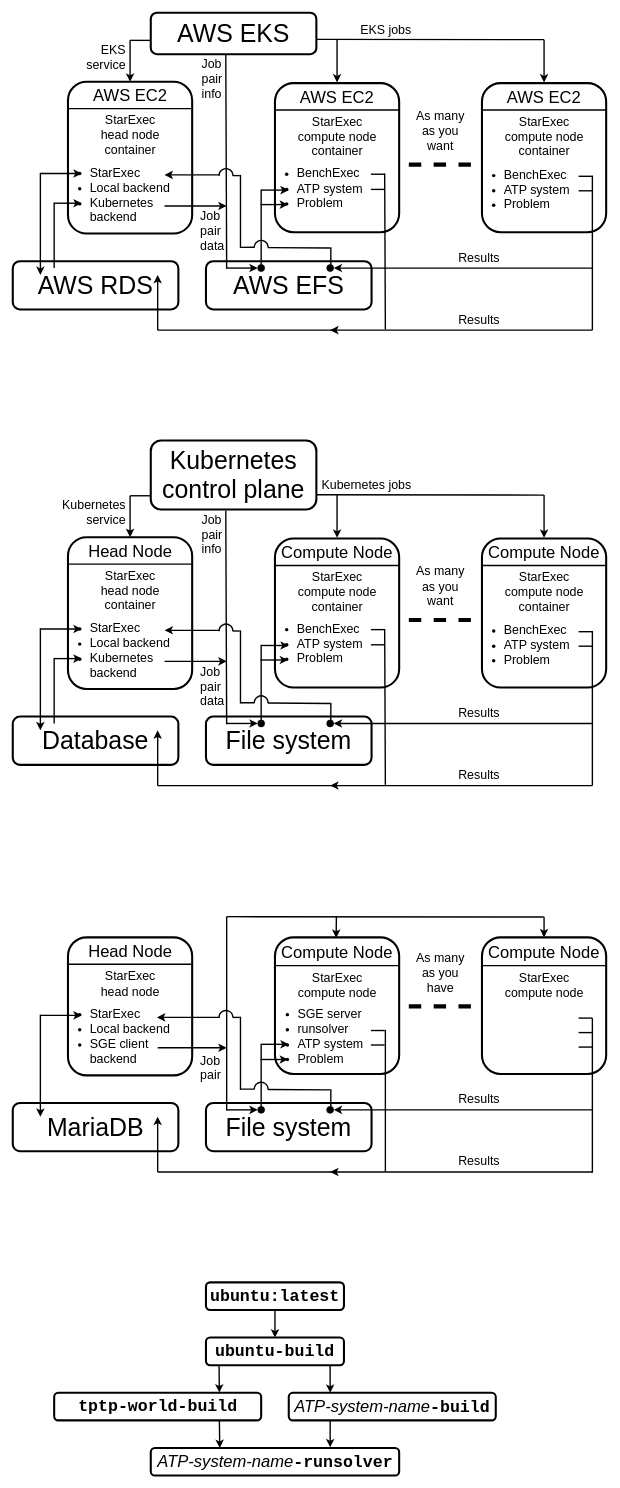
The draw.io diagram Architecture.drawio in GeoffsPapers/StarExecAWS, before the edit. Source tidied: cells renumbered, new cells numbered last; positions are measured from the earlier drawing's top-left corner, leaving out a move shared by most shapes. Both pictures are drawn from the tidied source at 69%, with x=0, y=0 at pixel (12, 12).
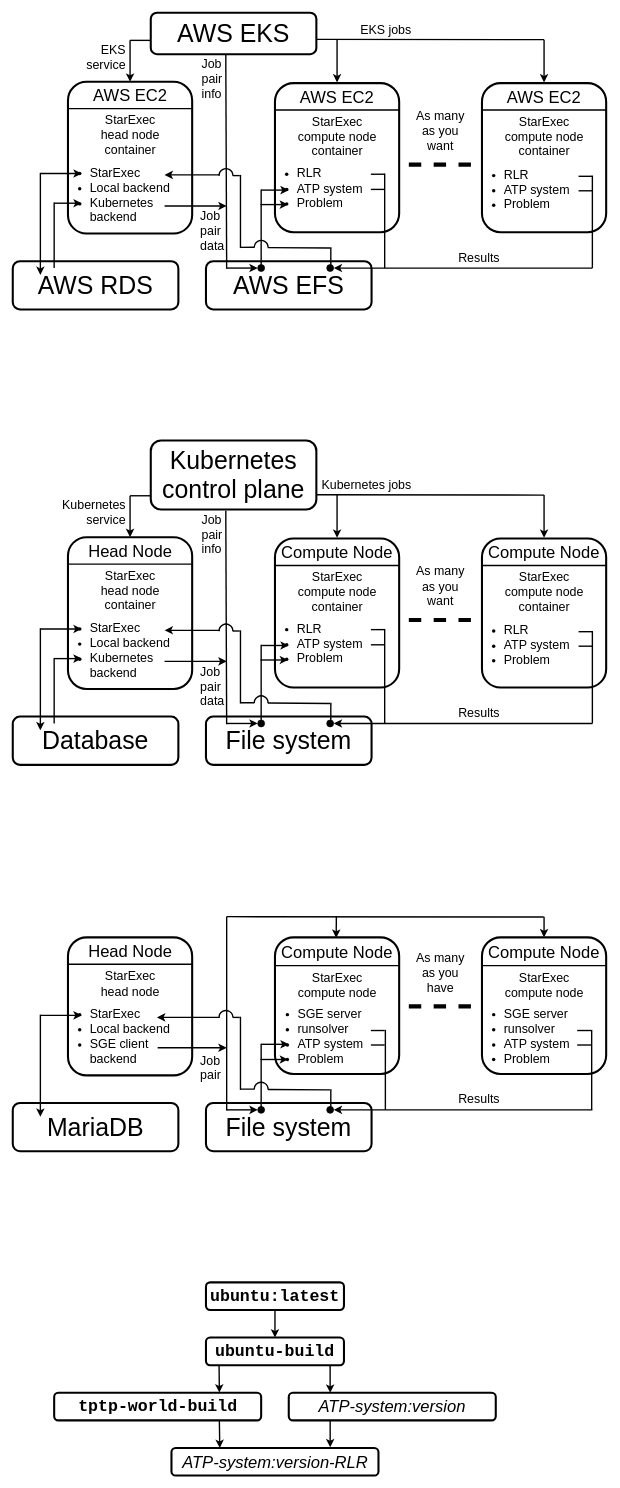
After the change.

Unchanged cells that the change refers to:
```xml
<mxCell id="18" style="group;fillColor=none;" parent="1" vertex="1">
  <mxGeometry x="370" y="762" width="190" height="216" as="geometry" />
</mxCell>
<mxCell id="159" style="group;fillColor=none;" parent="1" vertex="1">
  <mxGeometry x="370" y="102" width="190" height="216" as="geometry" />
</mxCell>
```

Change to the diagram source:
```diff
@@
+    <mxCell id="3" value="&lt;p style=&quot;margin: 0px; font-variant-numeric: normal; font-variant-east-asian: normal; font-variant-alternates: normal; font-kerning: auto; font-optical-sizing: auto; font-feature-settings: normal; font-variation-settings: normal; font-variant-position: normal; font-stretch: normal; line-height: normal; text-align: start;&quot; class=&quot;p1&quot;&gt;&lt;font style=&quot;font-size: 24px;&quot;&gt;&lt;i&gt;ATP-system:version-RLR&lt;/i&gt;&lt;/font&gt;&lt;/p&gt;" style="text;strokeColor=none;align=center;fillColor=none;html=1;verticalAlign=middle;whiteSpace=wrap;rounded=0;" parent="1" vertex="1">
+      <mxGeometry x="207.5" y="2080" width="345" height="40" as="geometry" />
+    </mxCell>
+    <mxCell id="134" style="rounded=1;whiteSpace=wrap;html=1;strokeWidth=3;fillColor=none;" parent="1" vertex="1">
+      <mxGeometry x="680" y="1340" width="180" height="198" as="geometry" />
+    </mxCell>
+    <mxCell id="220" value="&lt;ul style=&quot;font-size: 18px;&quot;&gt;&lt;li&gt;&lt;font style=&quot;font-size: 18px;&quot;&gt;SGE server&lt;/font&gt;&lt;/li&gt;&lt;li&gt;runsolver&lt;/li&gt;&lt;li&gt;&lt;span style=&quot;background-color: initial;&quot;&gt;ATP system&lt;/span&gt;&lt;br&gt;&lt;/li&gt;&lt;li&gt;&lt;font style=&quot;font-size: 18px;&quot;&gt;Problem&lt;/font&gt;&lt;/li&gt;&lt;/ul&gt;" style="text;strokeColor=none;align=left;fillColor=none;html=1;verticalAlign=middle;whiteSpace=wrap;rounded=0;" parent="1" vertex="1">
+      <mxGeometry x="670" y="1439" width="165" height="90" as="geometry" />
+    </mxCell>
     <mxCell id="2" style="rounded=1;whiteSpace=wrap;html=1;strokeWidth=3;fillColor=none;" parent="1" vertex="1">
-      <mxGeometry x="200" y="2080" width="360" height="40" as="geometry" />
+      <mxGeometry x="230" y="2080" width="300" height="40" as="geometry" />
     </mxCell>
-    <mxCell id="3" value="&lt;p style=&quot;margin: 0px; font-variant-numeric: normal; font-variant-east-asian: normal; font-variant-alternates: normal; font-kerning: auto; font-optical-sizing: auto; font-feature-settings: normal; font-variation-settings: normal; font-variant-position: normal; font-stretch: normal; line-height: normal; text-align: start;&quot; class=&quot;p1&quot;&gt;&lt;font style=&quot;font-size: 24px;&quot;&gt;&lt;i&gt;ATP-system-name&lt;/i&gt;&lt;font face=&quot;Courier New&quot;&gt;&lt;b&gt;-runsolver&lt;/b&gt;&lt;/font&gt;&lt;/font&gt;&lt;/p&gt;" style="text;strokeColor=none;align=center;fillColor=none;html=1;verticalAlign=middle;whiteSpace=wrap;rounded=0;" parent="1" vertex="1">
-      <mxGeometry x="207.5" y="2080" width="345" height="40" as="geometry" />
-    </mxCell>
@@
-    <mxCell id="5" value="&lt;p style=&quot;margin: 0px; font-variant-numeric: normal; font-variant-east-asian: normal; font-variant-alternates: normal; font-kerning: auto; font-optical-sizing: auto; font-feature-settings: normal; font-variation-settings: normal; font-variant-position: normal; font-stretch: normal; line-height: normal; text-align: start;&quot; class=&quot;p1&quot;&gt;&lt;font style=&quot;font-size: 24px;&quot;&gt;&lt;i&gt;ATP-system-name&lt;/i&gt;&lt;font face=&quot;Courier New&quot;&gt;&lt;b&gt;-build&lt;/b&gt;&lt;/font&gt;&lt;/font&gt;&lt;/p&gt;" style="text;strokeColor=none;align=center;fillColor=none;html=1;verticalAlign=middle;whiteSpace=wrap;rounded=0;" parent="1" vertex="1">
+    <mxCell id="5" value="&lt;p style=&quot;margin: 0px; font-variant-numeric: normal; font-variant-east-asian: normal; font-variant-alternates: normal; font-kerning: auto; font-optical-sizing: auto; font-feature-settings: normal; font-variation-settings: normal; font-variant-position: normal; font-stretch: normal; line-height: normal; text-align: start;&quot; class=&quot;p1&quot;&gt;&lt;font style=&quot;font-size: 24px;&quot;&gt;&lt;i&gt;ATP-system:version&lt;/i&gt;&lt;/font&gt;&lt;/p&gt;" style="text;strokeColor=none;align=center;fillColor=none;html=1;verticalAlign=middle;whiteSpace=wrap;rounded=0;" parent="1" vertex="1">
       <mxGeometry x="400" y="2000" width="300" height="40" as="geometry" />
     </mxCell>
@@
-    <mxCell id="22" value="&lt;ul style=&quot;font-size: 18px;&quot;&gt;&lt;li&gt;BenchExec&lt;/li&gt;&lt;li&gt;&lt;font style=&quot;font-size: 18px;&quot;&gt;ATP system&lt;/font&gt;&lt;/li&gt;&lt;li&gt;&lt;font style=&quot;font-size: 18px;&quot;&gt;Problem&lt;/font&gt;&lt;/li&gt;&lt;/ul&gt;" style="text;strokeColor=none;align=left;fillColor=none;html=1;verticalAlign=middle;whiteSpace=wrap;rounded=0;" parent="18" vertex="1">
+    <mxCell id="22" value="&lt;ul style=&quot;font-size: 18px;&quot;&gt;&lt;li&gt;RLR&lt;/li&gt;&lt;li&gt;&lt;font style=&quot;font-size: 18px;&quot;&gt;ATP system&lt;/font&gt;&lt;/li&gt;&lt;li&gt;&lt;font style=&quot;font-size: 18px;&quot;&gt;Problem&lt;/font&gt;&lt;/li&gt;&lt;/ul&gt;" style="text;strokeColor=none;align=left;fillColor=none;html=1;verticalAlign=middle;whiteSpace=wrap;rounded=0;" parent="18" vertex="1">
       <mxGeometry y="108" width="165" height="90" as="geometry" />
     </mxCell>
@@
     <mxCell id="29" style="endArrow=none;html=1;rounded=0;strokeWidth=2;" parent="1" edge="1">
       <mxGeometry relative="1" as="geometry">
-        <mxPoint x="840" y="1120" as="sourcePoint" />
+        <mxPoint x="840" y="1030" as="sourcePoint" />
         <mxPoint x="840" y="896" as="targetPoint" />
       </mxGeometry>
     </mxCell>
@@
     <mxCell id="39" style="endArrow=none;html=1;rounded=0;strokeWidth=2;entryX=1.024;entryY=0.267;entryDx=0;entryDy=0;entryPerimeter=0;" parent="1" edge="1">
       <mxGeometry relative="1" as="geometry">
-        <mxPoint x="540" y="1119" as="sourcePoint" />
+        <mxPoint x="539" y="1030" as="sourcePoint" />
         <mxPoint x="539" y="893" as="targetPoint" />
       </mxGeometry>
     </mxCell>
@@
-    <mxCell id="44" style="endArrow=none;html=1;rounded=0;strokeWidth=2;" parent="1" edge="1">
-      <mxGeometry relative="1" as="geometry">
-        <mxPoint x="210" y="1120" as="sourcePoint" />
-        <mxPoint x="470" y="1120" as="targetPoint" />
-      </mxGeometry>
-    </mxCell>
-    <mxCell id="45" style="endArrow=classic;html=1;rounded=0;strokeWidth=2;" parent="1" edge="1">
-      <mxGeometry relative="1" as="geometry">
-        <mxPoint x="210" y="1120" as="sourcePoint" />
-        <mxPoint x="210" y="1040" as="targetPoint" />
-      </mxGeometry>
-    </mxCell>
@@
-    <mxCell id="47" value="&lt;font style=&quot;font-size: 18px;&quot;&gt;Results&lt;/font&gt;" style="text;strokeColor=none;align=center;fillColor=none;html=1;verticalAlign=middle;whiteSpace=wrap;rounded=0;" parent="1" vertex="1">
-      <mxGeometry x="590" y="1090" width="171.5" height="30" as="geometry" />
-    </mxCell>
-    <mxCell id="48" style="endArrow=classic;html=1;rounded=0;strokeWidth=2;" parent="1" edge="1">
-      <mxGeometry relative="1" as="geometry">
-        <mxPoint x="840" y="1120" as="sourcePoint" />
-        <mxPoint x="460" y="1120" as="targetPoint" />
-      </mxGeometry>
-    </mxCell>
@@
-    <mxCell id="84" style="endArrow=none;html=1;rounded=0;strokeWidth=2;" parent="1" edge="1">
-      <mxGeometry relative="1" as="geometry">
-        <mxPoint x="840" y="1681" as="sourcePoint" />
-        <mxPoint x="840" y="1457" as="targetPoint" />
-      </mxGeometry>
-    </mxCell>
-    <mxCell id="85" style="endArrow=none;html=1;rounded=0;strokeWidth=2;" parent="1" edge="1">
-      <mxGeometry relative="1" as="geometry">
-        <mxPoint x="820" y="1457" as="sourcePoint" />
-        <mxPoint x="840" y="1457" as="targetPoint" />
-      </mxGeometry>
-    </mxCell>
-    <mxCell id="86" style="endArrow=none;html=1;rounded=0;strokeWidth=2;" parent="1" edge="1">
-      <mxGeometry relative="1" as="geometry">
-        <mxPoint x="820" y="1499" as="sourcePoint" />
-        <mxPoint x="840" y="1499" as="targetPoint" />
-      </mxGeometry>
-    </mxCell>
@@
-    <mxCell id="92" style="endArrow=none;html=1;rounded=0;strokeWidth=2;" parent="1" edge="1">
-      <mxGeometry relative="1" as="geometry">
-        <mxPoint x="540" y="1679" as="sourcePoint" />
-        <mxPoint x="540" y="1474" as="targetPoint" />
-      </mxGeometry>
-    </mxCell>
-    <mxCell id="93" style="endArrow=none;html=1;rounded=0;strokeWidth=2;" parent="1" edge="1">
-      <mxGeometry relative="1" as="geometry">
-        <mxPoint x="519" y="1475" as="sourcePoint" />
-        <mxPoint x="539" y="1475" as="targetPoint" />
-      </mxGeometry>
-    </mxCell>
-    <mxCell id="94" style="endArrow=none;html=1;rounded=0;strokeWidth=2;" parent="1" edge="1">
-      <mxGeometry relative="1" as="geometry">
-        <mxPoint x="519" y="1496" as="sourcePoint" />
-        <mxPoint x="539" y="1496" as="targetPoint" />
-      </mxGeometry>
-    </mxCell>
@@
-    <mxCell id="98" style="endArrow=none;html=1;rounded=0;strokeWidth=2;" parent="1" edge="1">
-      <mxGeometry relative="1" as="geometry">
-        <mxPoint x="210" y="1680" as="sourcePoint" />
-        <mxPoint x="470" y="1680" as="targetPoint" />
-      </mxGeometry>
-    </mxCell>
-    <mxCell id="99" style="endArrow=classic;html=1;rounded=0;strokeWidth=2;" parent="1" edge="1">
-      <mxGeometry relative="1" as="geometry">
-        <mxPoint x="210" y="1680" as="sourcePoint" />
-        <mxPoint x="210" y="1600" as="targetPoint" />
-      </mxGeometry>
-    </mxCell>
@@
-    <mxCell id="101" value="&lt;font style=&quot;font-size: 18px;&quot;&gt;Results&lt;/font&gt;" style="text;strokeColor=none;align=center;fillColor=none;html=1;verticalAlign=middle;whiteSpace=wrap;rounded=0;" parent="1" vertex="1">
-      <mxGeometry x="590" y="1650" width="171.5" height="30" as="geometry" />
-    </mxCell>
-    <mxCell id="102" style="endArrow=classic;html=1;rounded=0;strokeWidth=2;" parent="1" edge="1">
-      <mxGeometry relative="1" as="geometry">
-        <mxPoint x="840" y="1680" as="sourcePoint" />
-        <mxPoint x="460" y="1680" as="targetPoint" />
-      </mxGeometry>
-    </mxCell>
@@
-    <mxCell id="119" value="&lt;ul style=&quot;font-size: 18px;&quot;&gt;&lt;li&gt;BenchExec&lt;/li&gt;&lt;li&gt;&lt;font style=&quot;font-size: 18px;&quot;&gt;ATP system&lt;/font&gt;&lt;/li&gt;&lt;li&gt;&lt;font style=&quot;font-size: 18px;&quot;&gt;Problem&lt;/font&gt;&lt;/li&gt;&lt;/ul&gt;" style="text;strokeColor=none;align=left;fillColor=none;html=1;verticalAlign=middle;whiteSpace=wrap;rounded=0;" parent="1" vertex="1">
+    <mxCell id="119" value="&lt;ul style=&quot;font-size: 18px;&quot;&gt;&lt;li&gt;RLR&lt;/li&gt;&lt;li&gt;&lt;font style=&quot;font-size: 18px;&quot;&gt;ATP system&lt;/font&gt;&lt;/li&gt;&lt;li&gt;&lt;font style=&quot;font-size: 18px;&quot;&gt;Problem&lt;/font&gt;&lt;/li&gt;&lt;/ul&gt;" style="text;strokeColor=none;align=left;fillColor=none;html=1;verticalAlign=middle;whiteSpace=wrap;rounded=0;" parent="1" vertex="1">
       <mxGeometry x="670" y="872" width="165" height="90" as="geometry" />
     </mxCell>
@@
-    <mxCell id="130" value="&lt;ul style=&quot;font-size: 18px;&quot;&gt;&lt;li&gt;&lt;font style=&quot;font-size: 18px;&quot;&gt;SGE server&lt;/font&gt;&lt;/li&gt;&lt;li&gt;&lt;font style=&quot;font-size: 18px;&quot;&gt;runsolver&lt;/font&gt;&lt;/li&gt;&lt;li&gt;&lt;span style=&quot;background-color: initial;&quot;&gt;ATP system&lt;/span&gt;&lt;br&gt;&lt;/li&gt;&lt;li&gt;&lt;font style=&quot;font-size: 18px;&quot;&gt;Problem&lt;/font&gt;&lt;/li&gt;&lt;/ul&gt;" style="text;strokeColor=none;align=left;fillColor=none;html=1;verticalAlign=middle;whiteSpace=wrap;rounded=0;" parent="1" vertex="1">
+    <mxCell id="130" value="&lt;ul style=&quot;font-size: 18px;&quot;&gt;&lt;li&gt;&lt;font style=&quot;font-size: 18px;&quot;&gt;SGE server&lt;/font&gt;&lt;/li&gt;&lt;li&gt;runsolver&lt;/li&gt;&lt;li&gt;&lt;span style=&quot;background-color: initial;&quot;&gt;ATP system&lt;/span&gt;&lt;br&gt;&lt;/li&gt;&lt;li&gt;&lt;font style=&quot;font-size: 18px;&quot;&gt;Problem&lt;/font&gt;&lt;/li&gt;&lt;/ul&gt;" style="text;strokeColor=none;align=left;fillColor=none;html=1;verticalAlign=middle;whiteSpace=wrap;rounded=0;" parent="1" vertex="1">
       <mxGeometry x="371" y="1439" width="165" height="90" as="geometry" />
     </mxCell>
@@
-    <mxCell id="134" style="rounded=1;whiteSpace=wrap;html=1;strokeWidth=3;fillColor=none;" parent="1" vertex="1">
-      <mxGeometry x="680" y="1340" width="180" height="198" as="geometry" />
-    </mxCell>
@@
-    <mxCell id="139" style="endArrow=none;html=1;rounded=0;strokeWidth=2;" parent="1" edge="1">
-      <mxGeometry relative="1" as="geometry">
-        <mxPoint x="820" y="1478" as="sourcePoint" />
-        <mxPoint x="840" y="1478" as="targetPoint" />
-      </mxGeometry>
-    </mxCell>
@@
-    <mxCell id="163" value="&lt;ul style=&quot;font-size: 18px;&quot;&gt;&lt;li&gt;BenchExec&lt;/li&gt;&lt;li&gt;&lt;font style=&quot;font-size: 18px;&quot;&gt;ATP system&lt;/font&gt;&lt;/li&gt;&lt;li&gt;&lt;font style=&quot;font-size: 18px;&quot;&gt;Problem&lt;/font&gt;&lt;/li&gt;&lt;/ul&gt;" style="text;strokeColor=none;align=left;fillColor=none;html=1;verticalAlign=middle;whiteSpace=wrap;rounded=0;" parent="159" vertex="1">
+    <mxCell id="163" value="&lt;ul style=&quot;font-size: 18px;&quot;&gt;&lt;li&gt;RLR&lt;/li&gt;&lt;li&gt;&lt;font style=&quot;font-size: 18px;&quot;&gt;ATP system&lt;/font&gt;&lt;/li&gt;&lt;li&gt;&lt;font style=&quot;font-size: 18px;&quot;&gt;Problem&lt;/font&gt;&lt;/li&gt;&lt;/ul&gt;" style="text;strokeColor=none;align=left;fillColor=none;html=1;verticalAlign=middle;whiteSpace=wrap;rounded=0;" parent="159" vertex="1">
       <mxGeometry y="108" width="165" height="90" as="geometry" />
     </mxCell>
@@
     <mxCell id="170" style="endArrow=none;html=1;rounded=0;strokeWidth=2;" parent="1" edge="1">
       <mxGeometry relative="1" as="geometry">
-        <mxPoint x="840" y="460" as="sourcePoint" />
+        <mxPoint x="840" y="370" as="sourcePoint" />
         <mxPoint x="840" y="236" as="targetPoint" />
       </mxGeometry>
     </mxCell>
@@
     <mxCell id="180" style="endArrow=none;html=1;rounded=0;strokeWidth=2;entryX=1.024;entryY=0.267;entryDx=0;entryDy=0;entryPerimeter=0;" parent="1" edge="1">
       <mxGeometry relative="1" as="geometry">
-        <mxPoint x="540" y="459" as="sourcePoint" />
+        <mxPoint x="539" y="370" as="sourcePoint" />
         <mxPoint x="539" y="233" as="targetPoint" />
       </mxGeometry>
     </mxCell>
@@
-    <mxCell id="185" style="endArrow=none;html=1;rounded=0;strokeWidth=2;" parent="1" edge="1">
-      <mxGeometry relative="1" as="geometry">
-        <mxPoint x="210" y="460" as="sourcePoint" />
-        <mxPoint x="470" y="460" as="targetPoint" />
-      </mxGeometry>
-    </mxCell>
-    <mxCell id="186" style="endArrow=classic;html=1;rounded=0;strokeWidth=2;" parent="1" edge="1">
-      <mxGeometry relative="1" as="geometry">
-        <mxPoint x="210" y="460" as="sourcePoint" />
-        <mxPoint x="210" y="380" as="targetPoint" />
-      </mxGeometry>
-    </mxCell>
@@
-    <mxCell id="188" value="&lt;font style=&quot;font-size: 18px;&quot;&gt;Results&lt;/font&gt;" style="text;strokeColor=none;align=center;fillColor=none;html=1;verticalAlign=middle;whiteSpace=wrap;rounded=0;" parent="1" vertex="1">
-      <mxGeometry x="590" y="430" width="171.5" height="30" as="geometry" />
-    </mxCell>
-    <mxCell id="189" style="endArrow=classic;html=1;rounded=0;strokeWidth=2;" parent="1" edge="1">
-      <mxGeometry relative="1" as="geometry">
-        <mxPoint x="840" y="460" as="sourcePoint" />
-        <mxPoint x="460" y="460" as="targetPoint" />
-      </mxGeometry>
-    </mxCell>
@@
-    <mxCell id="217" value="&lt;ul style=&quot;font-size: 18px;&quot;&gt;&lt;li&gt;BenchExec&lt;/li&gt;&lt;li&gt;&lt;font style=&quot;font-size: 18px;&quot;&gt;ATP system&lt;/font&gt;&lt;/li&gt;&lt;li&gt;&lt;font style=&quot;font-size: 18px;&quot;&gt;Problem&lt;/font&gt;&lt;/li&gt;&lt;/ul&gt;" style="text;strokeColor=none;align=left;fillColor=none;html=1;verticalAlign=middle;whiteSpace=wrap;rounded=0;" parent="1" vertex="1">
+    <mxCell id="217" value="&lt;ul style=&quot;font-size: 18px;&quot;&gt;&lt;li&gt;RLR&lt;/li&gt;&lt;li&gt;&lt;font style=&quot;font-size: 18px;&quot;&gt;ATP system&lt;/font&gt;&lt;/li&gt;&lt;li&gt;&lt;font style=&quot;font-size: 18px;&quot;&gt;Problem&lt;/font&gt;&lt;/li&gt;&lt;/ul&gt;" style="text;strokeColor=none;align=left;fillColor=none;html=1;verticalAlign=middle;whiteSpace=wrap;rounded=0;" parent="1" vertex="1">
       <mxGeometry x="670" y="212" width="165" height="90" as="geometry" />
     </mxCell>
@@
+    <mxCell id="221" style="group;" parent="1" vertex="1">
+      <mxGeometry x="519" y="1474" width="21" height="116" as="geometry" />
+    </mxCell>
+    <mxCell id="92" style="endArrow=none;html=1;rounded=0;strokeWidth=2;" parent="221" edge="1">
+      <mxGeometry relative="1" as="geometry">
+        <mxPoint x="21" y="116" as="sourcePoint" />
+        <mxPoint x="21" as="targetPoint" />
+      </mxGeometry>
+    </mxCell>
+    <mxCell id="93" style="endArrow=none;html=1;rounded=0;strokeWidth=2;" parent="221" edge="1">
+      <mxGeometry relative="1" as="geometry">
+        <mxPoint y="1" as="sourcePoint" />
+        <mxPoint x="20" y="1" as="targetPoint" />
+      </mxGeometry>
+    </mxCell>
+    <mxCell id="94" style="endArrow=none;html=1;rounded=0;strokeWidth=2;" parent="221" edge="1">
+      <mxGeometry relative="1" as="geometry">
+        <mxPoint y="22" as="sourcePoint" />
+        <mxPoint x="20" y="22" as="targetPoint" />
+      </mxGeometry>
+    </mxCell>
+    <mxCell id="222" style="group;" parent="1" vertex="1">
+      <mxGeometry x="818" y="1474" width="21" height="116" as="geometry" />
+    </mxCell>
+    <mxCell id="223" style="endArrow=none;html=1;rounded=0;strokeWidth=2;" parent="222" edge="1">
+      <mxGeometry relative="1" as="geometry">
+        <mxPoint x="21" y="116" as="sourcePoint" />
+        <mxPoint x="21" as="targetPoint" />
+      </mxGeometry>
+    </mxCell>
+    <mxCell id="224" style="endArrow=none;html=1;rounded=0;strokeWidth=2;" parent="222" edge="1">
+      <mxGeometry relative="1" as="geometry">
+        <mxPoint y="1" as="sourcePoint" />
+        <mxPoint x="20" y="1" as="targetPoint" />
+      </mxGeometry>
+    </mxCell>
+    <mxCell id="225" style="endArrow=none;html=1;rounded=0;strokeWidth=2;" parent="222" edge="1">
+      <mxGeometry relative="1" as="geometry">
+        <mxPoint y="22" as="sourcePoint" />
+        <mxPoint x="20" y="22" as="targetPoint" />
+      </mxGeometry>
+    </mxCell>
```
